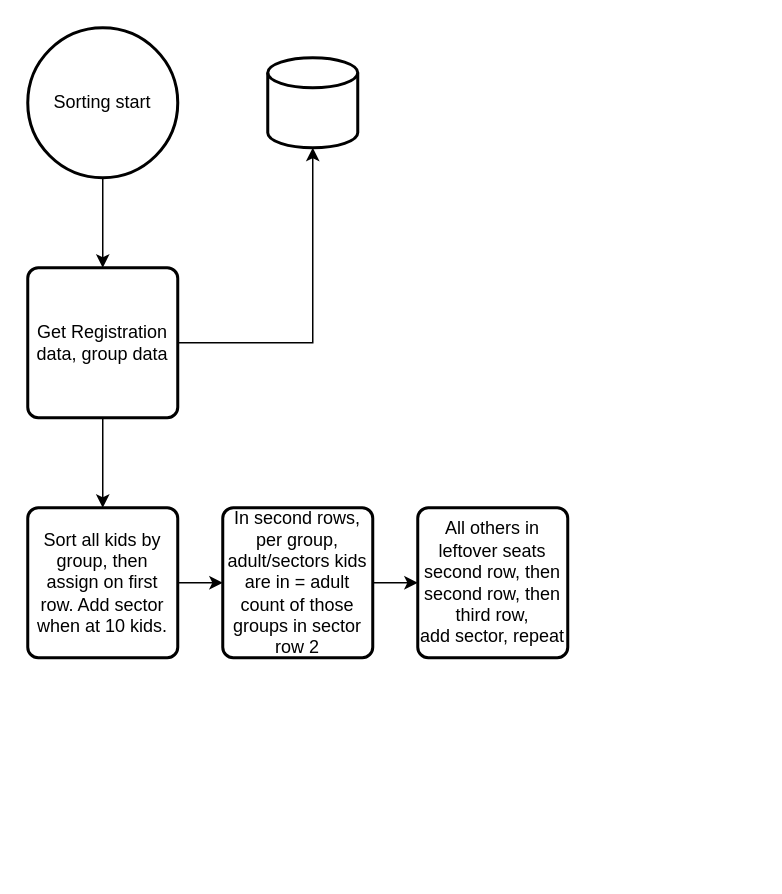
Earlier version of the draw.io diagram VisitorPlacementTool/Documentation/AlgorithmFlowChart.drawio (Quicksoapy/visitor-placement-tool). Source tidied: cells renumbered, new cells numbered last; positions are measured from the earlier drawing's top-left corner, leaving out a move shared by most shapes. Both pictures are drawn from the tidied source at 150%, with x=0, y=0 at pixel (27, 27).
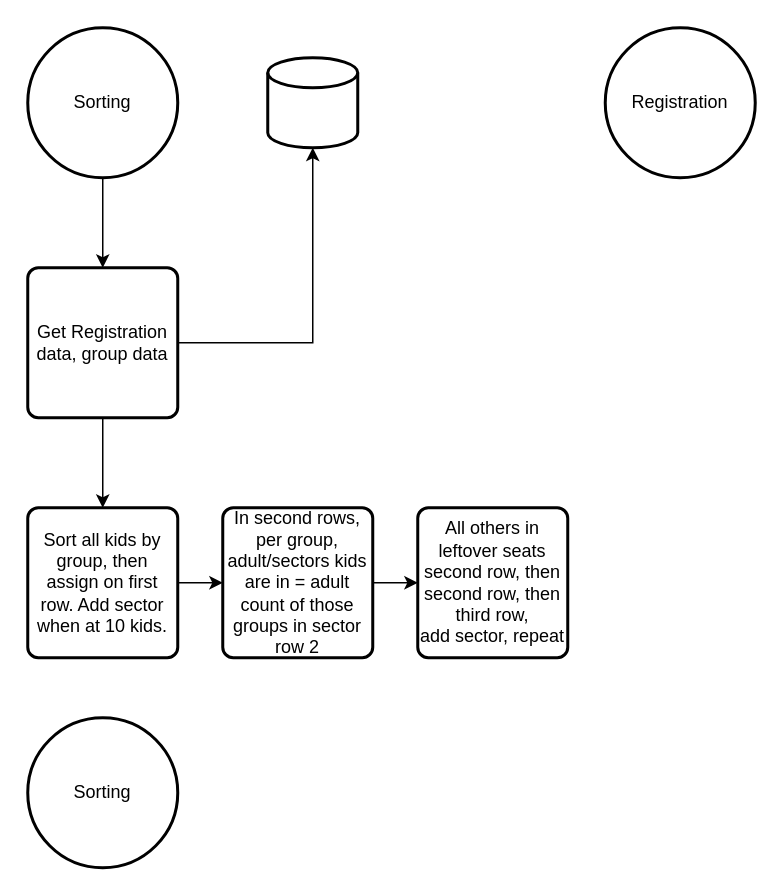
The same page after the edit.

Change to the diagram source:
```diff
@@
 <mxGraphModel>
   <root>
     <mxCell id="0" />
     <mxCell id="1" parent="0" />
     <mxCell id="2" style="edgeStyle=orthogonalEdgeStyle;rounded=0;jettySize=auto;html=1;entryX=0.5;entryY=0;entryDx=0;entryDy=0;" parent="1" edge="1" source="3" target="7">
       <mxGeometry relative="1" as="geometry" />
     </mxCell>
-    <mxCell id="3" value="Sorting start" style="strokeWidth=2;html=1;shape=mxgraph.flowchart.start_2;whiteSpace=wrap;" parent="1" vertex="1">
+    <mxCell id="3" value="Sorting" style="strokeWidth=2;html=1;shape=mxgraph.flowchart.start_2;whiteSpace=wrap;" parent="1" vertex="1">
       <mxGeometry width="100" height="100" as="geometry" />
     </mxCell>
     <mxCell id="4" style="strokeWidth=2;html=1;shape=mxgraph.flowchart.database;whiteSpace=wrap;" parent="1" vertex="1">
       <mxGeometry x="160" y="20" width="60" height="60" as="geometry" />
     </mxCell>
     <mxCell id="5" style="edgeStyle=orthogonalEdgeStyle;rounded=0;jettySize=auto;html=1;entryX=0.5;entryY=1;entryDx=0;entryDy=0;entryPerimeter=0;" parent="1" edge="1" source="7" target="4">
       <mxGeometry relative="1" as="geometry" />
     </mxCell>
     <mxCell id="6" style="edgeStyle=orthogonalEdgeStyle;rounded=0;jettySize=auto;html=1;entryX=0.5;entryY=0;entryDx=0;entryDy=0;" parent="1" edge="1" source="7" target="9">
       <mxGeometry relative="1" as="geometry" />
     </mxCell>
     <mxCell id="7" value="Get Registration data, group data" style="rounded=1;whiteSpace=wrap;html=1;absoluteArcSize=1;arcSize=14;strokeWidth=2;" parent="1" vertex="1">
       <mxGeometry y="160" width="100" height="100" as="geometry" />
     </mxCell>
     <mxCell id="8" style="edgeStyle=orthogonalEdgeStyle;rounded=0;jettySize=auto;html=1;entryX=0;entryY=0.5;entryDx=0;entryDy=0;" parent="1" edge="1" source="9" target="11">
       <mxGeometry relative="1" as="geometry" />
     </mxCell>
     <mxCell id="9" value="Sort all kids by group, then assign on first row. Add sector when at 10 kids." style="rounded=1;whiteSpace=wrap;html=1;absoluteArcSize=1;arcSize=14;strokeWidth=2;" parent="1" vertex="1">
       <mxGeometry y="320" width="100" height="100" as="geometry" />
     </mxCell>
     <mxCell id="10" style="edgeStyle=orthogonalEdgeStyle;rounded=0;jettySize=auto;html=1;entryX=0;entryY=0.5;entryDx=0;entryDy=0;" parent="1" edge="1" source="11" target="12">
       <mxGeometry relative="1" as="geometry" />
     </mxCell>
     <mxCell id="11" value="In second rows, per group, adult/sectors kids are in = adult count of those groups in sector row 2" style="rounded=1;whiteSpace=wrap;html=1;absoluteArcSize=1;arcSize=14;strokeWidth=2;" parent="1" vertex="1">
       <mxGeometry x="130" y="320" width="100" height="100" as="geometry" />
     </mxCell>
     <mxCell id="12" value="All others in leftover seats second row, then second row, then third row,&lt;br&gt;add sector, repeat" style="rounded=1;whiteSpace=wrap;html=1;absoluteArcSize=1;arcSize=14;strokeWidth=2;" parent="1" vertex="1">
       <mxGeometry x="260" y="320" width="100" height="100" as="geometry" />
     </mxCell>
+    <mxCell id="13" value="Registration" style="strokeWidth=2;html=1;shape=mxgraph.flowchart.start_2;whiteSpace=wrap;" parent="1" vertex="1">
+      <mxGeometry x="385" width="100" height="100" as="geometry" />
+    </mxCell>
+    <mxCell id="14" value="Sorting" style="strokeWidth=2;html=1;shape=mxgraph.flowchart.start_2;whiteSpace=wrap;" parent="1" vertex="1">
+      <mxGeometry y="460" width="100" height="100" as="geometry" />
+    </mxCell>
   </root>
 </mxGraphModel>
```
